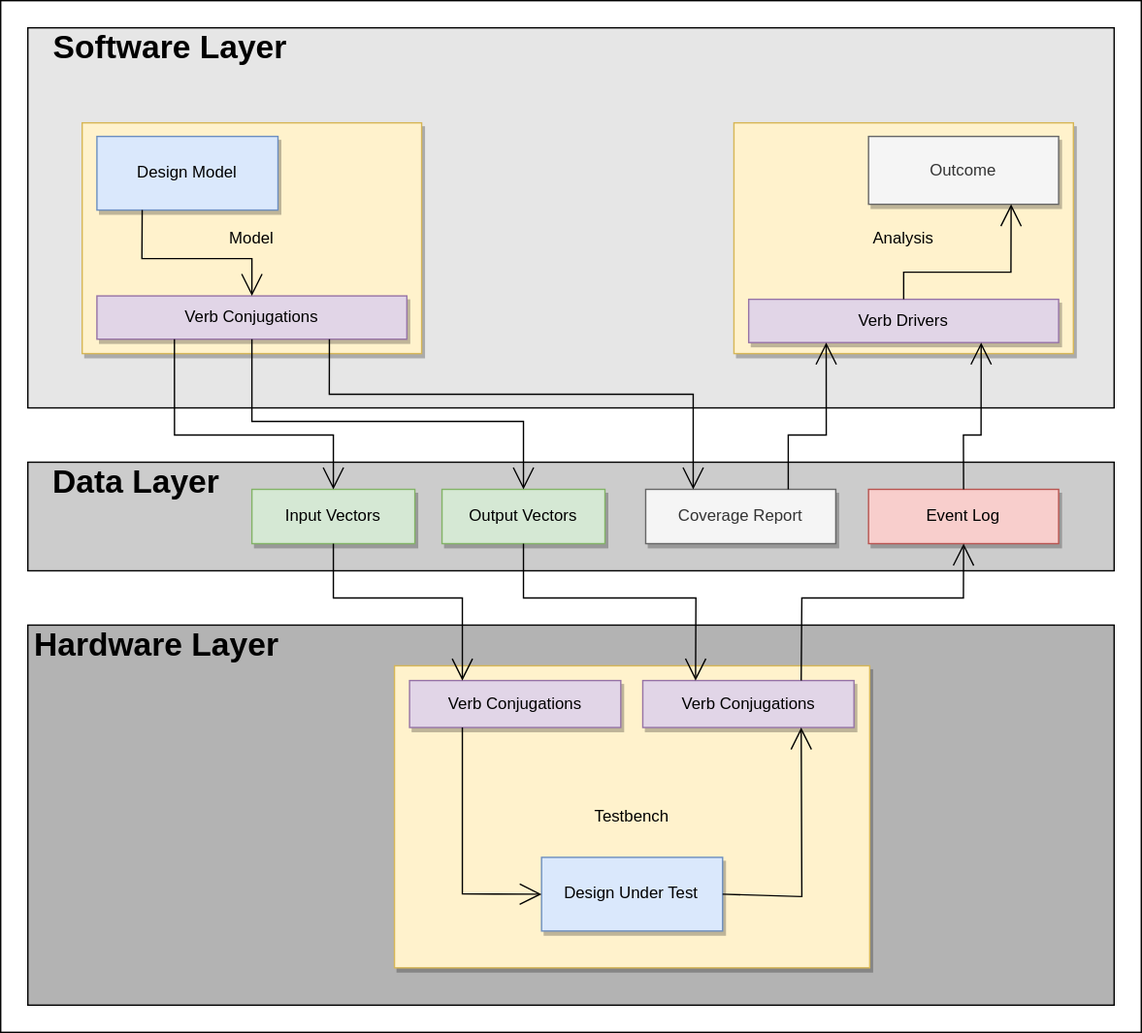
The draw.io diagram docs/src/images/system.svg in chaseruskin/verb, before a commit. Source tidied: cells renumbered, new cells last; positions are measured from the earlier drawing's top-left corner, leaving out a move shared by most shapes. The source it was exported from:
```xml
<mxGraphModel background="#ffffff">
  <root>
    <mxCell id="0" />
    <mxCell id="1" parent="0" />
    <mxCell id="2" style="group;fillColor=#E6E6E6;gradientColor=none;" parent="1" vertex="1">
      <mxGeometry x="20" y="20" width="820" height="740" as="geometry" />
    </mxCell>
    <mxCell id="3" style="rounded=0;whiteSpace=wrap;html=1;" parent="2" vertex="1">
      <mxGeometry x="-20" y="-20" width="840" height="760" as="geometry" />
    </mxCell>
    <mxCell id="4" style="rounded=0;whiteSpace=wrap;html=1;fillColor=#E6E6E6;strokeColor=#000000;" parent="2" vertex="1">
      <mxGeometry width="800" height="280" as="geometry" />
    </mxCell>
    <mxCell id="5" value="&lt;h1&gt;Software Layer&lt;/h1&gt;" style="text;strokeColor=none;align=center;fillColor=none;html=1;verticalAlign=middle;whiteSpace=wrap;rounded=0;" parent="2" vertex="1">
      <mxGeometry width="210" height="30" as="geometry" />
    </mxCell>
    <mxCell id="6" style="group;" parent="2" vertex="1">
      <mxGeometry x="40" y="70" width="250" height="170" as="geometry" />
    </mxCell>
    <mxCell id="7" value="Model" style="rounded=0;whiteSpace=wrap;html=1;shadow=1;fillColor=#fff2cc;strokeColor=#d6b656;" parent="6" vertex="1">
      <mxGeometry width="250" height="170" as="geometry" />
    </mxCell>
    <mxCell id="8" value="Verb Conjugations" style="rounded=0;whiteSpace=wrap;html=1;shadow=1;fillColor=#e1d5e7;strokeColor=#9673a6;" parent="6" vertex="1">
      <mxGeometry x="10.9" y="127.5" width="228.3" height="31.9" as="geometry" />
    </mxCell>
    <mxCell id="9" value="Design Model" style="rounded=0;whiteSpace=wrap;html=1;shadow=1;fillColor=#dae8fc;strokeColor=#6c8ebf;" parent="6" vertex="1">
      <mxGeometry x="10.9" y="10" width="133.3" height="54.3" as="geometry" />
    </mxCell>
    <mxCell id="10" style="edgeStyle=none;jettySize=auto;html=1;rounded=0;endArrow=open;startSize=14;endSize=14;sourcePerimeterSpacing=8;targetPerimeterSpacing=8;entryX=0.5;entryY=0;entryDx=0;entryDy=0;exitX=0.25;exitY=1;exitDx=0;exitDy=0;" parent="6" edge="1" source="9" target="8">
      <mxGeometry relative="1" as="geometry">
        <Array as="points">
          <mxPoint x="44" y="100" />
          <mxPoint x="125" y="100" />
        </Array>
      </mxGeometry>
    </mxCell>
    <mxCell id="11" value="Analysis" style="rounded=0;whiteSpace=wrap;html=1;shadow=1;fillColor=#fff2cc;strokeColor=#d6b656;" parent="2" vertex="1">
      <mxGeometry x="520" y="70" width="250" height="170" as="geometry" />
    </mxCell>
    <mxCell id="12" value="Verb Drivers" style="rounded=0;whiteSpace=wrap;html=1;shadow=1;fillColor=#e1d5e7;strokeColor=#9673a6;" parent="2" vertex="1">
      <mxGeometry x="530.9" y="200" width="228.3" height="31.9" as="geometry" />
    </mxCell>
    <mxCell id="13" value="Outcome" style="rounded=0;whiteSpace=wrap;html=1;shadow=1;fillColor=#f5f5f5;fontColor=#333333;strokeColor=#666666;" parent="2" vertex="1">
      <mxGeometry x="619.1" y="80" width="140" height="50" as="geometry" />
    </mxCell>
    <mxCell id="14" style="edgeStyle=none;jettySize=auto;html=1;rounded=0;endArrow=open;startSize=14;endSize=14;sourcePerimeterSpacing=8;targetPerimeterSpacing=8;entryX=0.75;entryY=1;entryDx=0;entryDy=0;exitX=0.5;exitY=0;exitDx=0;exitDy=0;" parent="2" edge="1" source="12" target="13">
      <mxGeometry relative="1" as="geometry">
        <Array as="points">
          <mxPoint x="645" y="180" />
          <mxPoint x="724" y="180" />
        </Array>
      </mxGeometry>
    </mxCell>
    <mxCell id="15" style="rounded=0;whiteSpace=wrap;html=1;strokeColor=#000000;fillColor=#CCCCCC;" parent="2" vertex="1">
      <mxGeometry y="320" width="800" height="80" as="geometry" />
    </mxCell>
    <mxCell id="16" style="group;shadow=0;" parent="1" vertex="1">
      <mxGeometry x="5" y="340" width="820" height="80" as="geometry" />
    </mxCell>
    <mxCell id="17" value="&lt;h1&gt;Data Layer&lt;/h1&gt;" style="text;strokeColor=none;align=center;fillColor=none;html=1;verticalAlign=middle;whiteSpace=wrap;rounded=0;" parent="16" vertex="1">
      <mxGeometry width="190" height="30" as="geometry" />
    </mxCell>
    <mxCell id="18" value="Event Log" style="rounded=0;whiteSpace=wrap;html=1;shadow=1;fillColor=#f8cecc;strokeColor=#b85450;" parent="16" vertex="1">
      <mxGeometry x="634.1" y="20" width="140" height="40" as="geometry" />
    </mxCell>
    <mxCell id="19" value="Input Vectors" style="rounded=0;whiteSpace=wrap;html=1;shadow=1;fillColor=#d5e8d4;strokeColor=#82b366;" parent="16" vertex="1">
      <mxGeometry x="180" y="20" width="120" height="40" as="geometry" />
    </mxCell>
    <mxCell id="20" value="Output Vectors" style="rounded=0;whiteSpace=wrap;html=1;shadow=1;fillColor=#d5e8d4;strokeColor=#82b366;" parent="16" vertex="1">
      <mxGeometry x="320" y="20" width="120" height="40" as="geometry" />
    </mxCell>
    <mxCell id="21" value="Coverage Report" style="rounded=0;whiteSpace=wrap;html=1;shadow=1;fillColor=#f5f5f5;fontColor=#333333;strokeColor=#666666;" parent="16" vertex="1">
      <mxGeometry x="470" y="20" width="140" height="40" as="geometry" />
    </mxCell>
    <mxCell id="22" style="group;" parent="1" vertex="1">
      <mxGeometry x="10" y="460" width="810" height="280" as="geometry" />
    </mxCell>
    <mxCell id="23" style="rounded=0;whiteSpace=wrap;html=1;fillColor=#B3B3B3;strokeColor=#000000;" parent="22" vertex="1">
      <mxGeometry x="10" width="800" height="280" as="geometry" />
    </mxCell>
    <mxCell id="24" value="&lt;h1 style=&quot;border-color: var(--border-color);&quot;&gt;Hardware Layer&lt;/h1&gt;" style="text;strokeColor=none;align=center;fillColor=none;html=1;verticalAlign=middle;whiteSpace=wrap;rounded=0;" parent="22" vertex="1">
      <mxGeometry width="210" height="30" as="geometry" />
    </mxCell>
    <mxCell id="25" style="group;" parent="22" vertex="1">
      <mxGeometry x="280" y="30" width="350" height="222.5" as="geometry" />
    </mxCell>
    <mxCell id="26" value="Testbench" style="rounded=0;whiteSpace=wrap;html=1;shadow=1;fillColor=#fff2cc;strokeColor=#d6b656;" parent="25" vertex="1">
      <mxGeometry width="350" height="222.5" as="geometry" />
    </mxCell>
    <mxCell id="27" value="Verb Conjugations" style="rounded=0;whiteSpace=wrap;html=1;shadow=1;fillColor=#e1d5e7;strokeColor=#9673a6;" parent="25" vertex="1">
      <mxGeometry x="11.1" y="10.9" width="155.6" height="34.6" as="geometry" />
    </mxCell>
    <mxCell id="28" value="Verb Conjugations" style="rounded=0;whiteSpace=wrap;html=1;shadow=1;fillColor=#e1d5e7;strokeColor=#9673a6;" parent="25" vertex="1">
      <mxGeometry x="182.9" y="10.9" width="155.6" height="34.6" as="geometry" />
    </mxCell>
    <mxCell id="29" value="Design Under Test" style="rounded=0;whiteSpace=wrap;html=1;shadow=1;fillColor=#dae8fc;strokeColor=#6c8ebf;" parent="25" vertex="1">
      <mxGeometry x="108.3" y="141.1" width="133.3" height="54.3" as="geometry" />
    </mxCell>
    <mxCell id="30" style="edgeStyle=none;jettySize=auto;html=1;rounded=0;endArrow=open;startSize=14;endSize=14;sourcePerimeterSpacing=8;targetPerimeterSpacing=8;entryX=0;entryY=0.5;entryDx=0;entryDy=0;exitX=0.25;exitY=1;exitDx=0;exitDy=0;" parent="25" edge="1" source="27" target="29">
      <mxGeometry relative="1" as="geometry">
        <Array as="points">
          <mxPoint x="50" y="168" />
        </Array>
      </mxGeometry>
    </mxCell>
    <mxCell id="31" style="edgeStyle=none;jettySize=auto;html=1;rounded=0;endArrow=open;startSize=14;endSize=14;sourcePerimeterSpacing=8;targetPerimeterSpacing=8;entryX=0.75;entryY=1;entryDx=0;entryDy=0;exitX=1;exitY=0.5;exitDx=0;exitDy=0;" parent="25" edge="1" source="29" target="28">
      <mxGeometry relative="1" as="geometry">
        <Array as="points">
          <mxPoint x="300" y="170" />
        </Array>
      </mxGeometry>
    </mxCell>
    <mxCell id="32" style="edgeStyle=none;jettySize=auto;html=1;rounded=0;endArrow=open;startSize=14;endSize=14;sourcePerimeterSpacing=8;targetPerimeterSpacing=8;entryX=0.5;entryY=0;entryDx=0;entryDy=0;exitX=0.25;exitY=1;exitDx=0;exitDy=0;" parent="1" edge="1" source="8" target="19">
      <mxGeometry relative="1" as="geometry">
        <Array as="points">
          <mxPoint x="128" y="320" />
          <mxPoint x="245" y="320" />
        </Array>
      </mxGeometry>
    </mxCell>
    <mxCell id="33" style="edgeStyle=none;jettySize=auto;html=1;rounded=0;endArrow=open;startSize=14;endSize=14;sourcePerimeterSpacing=8;targetPerimeterSpacing=8;entryX=0.5;entryY=0;entryDx=0;entryDy=0;exitX=0.5;exitY=1;exitDx=0;exitDy=0;" parent="1" edge="1" source="8" target="20">
      <mxGeometry relative="1" as="geometry">
        <Array as="points">
          <mxPoint x="185" y="310" />
          <mxPoint x="270" y="310" />
          <mxPoint x="385" y="310" />
        </Array>
      </mxGeometry>
    </mxCell>
    <mxCell id="34" style="edgeStyle=none;jettySize=auto;html=1;rounded=0;endArrow=open;startSize=14;endSize=14;sourcePerimeterSpacing=8;targetPerimeterSpacing=8;entryX=0.25;entryY=0;entryDx=0;entryDy=0;exitX=0.75;exitY=1;exitDx=0;exitDy=0;" parent="1" edge="1" source="8" target="21">
      <mxGeometry relative="1" as="geometry">
        <Array as="points">
          <mxPoint x="242" y="290" />
          <mxPoint x="440" y="290" />
          <mxPoint x="510" y="290" />
          <mxPoint x="510" y="320" />
        </Array>
      </mxGeometry>
    </mxCell>
    <mxCell id="35" style="edgeStyle=none;jettySize=auto;html=1;rounded=0;endArrow=open;startSize=14;endSize=14;sourcePerimeterSpacing=8;targetPerimeterSpacing=8;entryX=0.25;entryY=0;entryDx=0;entryDy=0;exitX=0.5;exitY=1;exitDx=0;exitDy=0;" parent="1" edge="1" source="19" target="27">
      <mxGeometry relative="1" as="geometry">
        <Array as="points">
          <mxPoint x="245" y="440" />
          <mxPoint x="340" y="440" />
        </Array>
      </mxGeometry>
    </mxCell>
    <mxCell id="36" style="edgeStyle=none;jettySize=auto;html=1;rounded=0;endArrow=open;startSize=14;endSize=14;sourcePerimeterSpacing=8;targetPerimeterSpacing=8;entryX=0.25;entryY=0;entryDx=0;entryDy=0;exitX=0.5;exitY=1;exitDx=0;exitDy=0;" parent="1" edge="1" source="20" target="28">
      <mxGeometry relative="1" as="geometry">
        <Array as="points">
          <mxPoint x="385" y="440" />
          <mxPoint x="512" y="440" />
        </Array>
      </mxGeometry>
    </mxCell>
    <mxCell id="37" style="edgeStyle=none;jettySize=auto;html=1;rounded=0;endArrow=open;startSize=14;endSize=14;sourcePerimeterSpacing=8;targetPerimeterSpacing=8;exitX=0.75;exitY=0;exitDx=0;exitDy=0;entryX=0.5;entryY=1;entryDx=0;entryDy=0;" parent="1" edge="1" source="28" target="18">
      <mxGeometry relative="1" as="geometry">
        <Array as="points">
          <mxPoint x="590" y="440" />
          <mxPoint x="709" y="440" />
        </Array>
      </mxGeometry>
    </mxCell>
    <mxCell id="38" style="edgeStyle=none;jettySize=auto;html=1;rounded=0;hachureGap=4;fontFamily=Architects Daughter;fontSource=https%3A%2F%2Ffonts.googleapis.com%2Fcss%3Ffamily%3DArchitects%2BDaughter;fontSize=16;endArrow=open;startSize=14;endSize=14;sourcePerimeterSpacing=8;targetPerimeterSpacing=8;entryX=0.75;entryY=1;entryDx=0;entryDy=0;exitX=0.5;exitY=0;exitDx=0;exitDy=0;" parent="1" edge="1" source="18" target="12">
      <mxGeometry relative="1" as="geometry">
        <Array as="points">
          <mxPoint x="709" y="320" />
          <mxPoint x="722" y="320" />
        </Array>
      </mxGeometry>
    </mxCell>
    <mxCell id="39" style="edgeStyle=none;jettySize=auto;html=1;rounded=0;hachureGap=4;fontFamily=Architects Daughter;fontSource=https%3A%2F%2Ffonts.googleapis.com%2Fcss%3Ffamily%3DArchitects%2BDaughter;fontSize=16;endArrow=open;startSize=14;endSize=14;sourcePerimeterSpacing=8;targetPerimeterSpacing=8;exitX=0.75;exitY=0;exitDx=0;exitDy=0;entryX=0.25;entryY=1;entryDx=0;entryDy=0;" parent="1" edge="1" source="21" target="12">
      <mxGeometry relative="1" as="geometry">
        <Array as="points">
          <mxPoint x="580" y="320" />
          <mxPoint x="608" y="320" />
        </Array>
      </mxGeometry>
    </mxCell>
  </root>
</mxGraphModel>
```
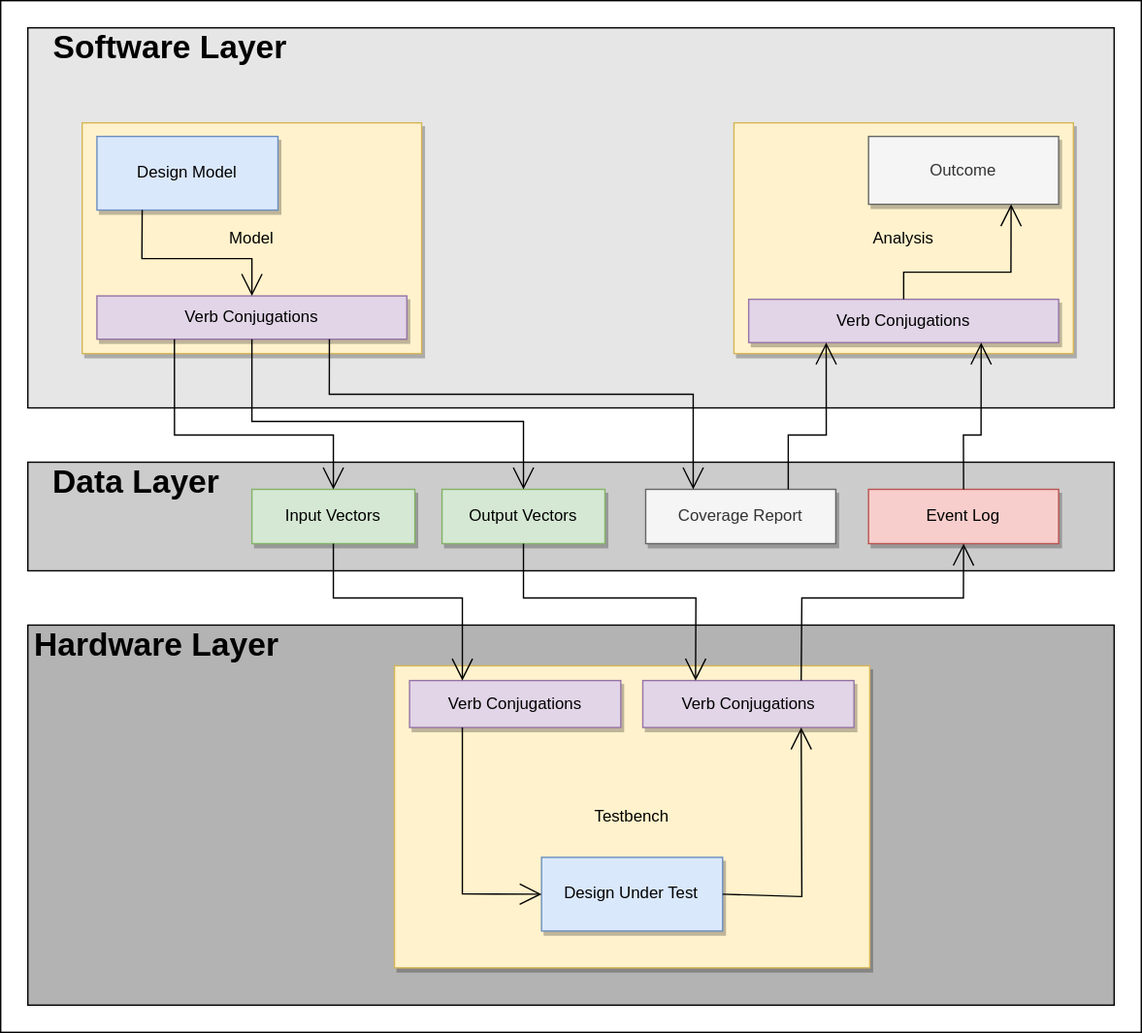
Above is the later version.

The edit, as a diff of the source:
```diff
@@ -37,7 +37,7 @@
     <mxCell id="11" value="Analysis" style="rounded=0;whiteSpace=wrap;html=1;shadow=1;fillColor=#fff2cc;strokeColor=#d6b656;" parent="2" vertex="1">
       <mxGeometry x="520" y="70" width="250" height="170" as="geometry" />
     </mxCell>
-    <mxCell id="12" value="Verb Drivers" style="rounded=0;whiteSpace=wrap;html=1;shadow=1;fillColor=#e1d5e7;strokeColor=#9673a6;" parent="2" vertex="1">
+    <mxCell id="12" value="Verb Conjugations" style="rounded=0;whiteSpace=wrap;html=1;shadow=1;fillColor=#e1d5e7;strokeColor=#9673a6;" parent="2" vertex="1">
       <mxGeometry x="530.9" y="200" width="228.3" height="31.9" as="geometry" />
     </mxCell>
     <mxCell id="13" value="Outcome" style="rounded=0;whiteSpace=wrap;html=1;shadow=1;fillColor=#f5f5f5;fontColor=#333333;strokeColor=#666666;" parent="2" vertex="1">
```
